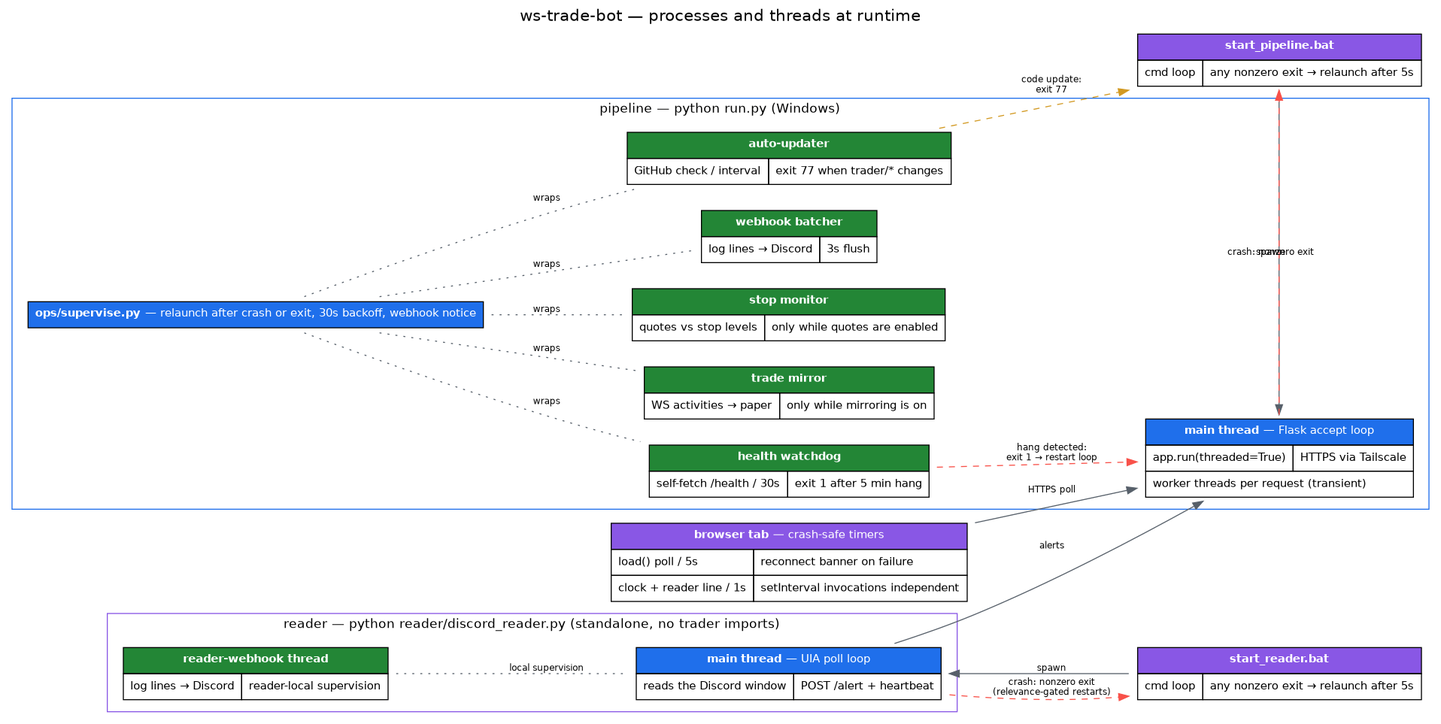
Before: docs/runtime.png, a diagram exported from Graphviz (siicosmos/ws-trade-bot). Its source is kept beside it as docs/runtime.dot. Source of this version:
```dot
digraph runtime {
  rankdir=LR;
  graph [fontname="Helvetica", label="ws-trade-bot — processes and threads at runtime", labelloc=t, fontsize=16];
  node [shape=plaintext, fontname="Helvetica", fontsize=11];
  edge [color="#57606a", fontname="Helvetica", fontsize=9];

  bat_pipeline [label=<
    <TABLE BORDER="0" CELLBORDER="1" CELLSPACING="0" CELLPADDING="6" BGCOLOR="white">
      <TR><TD BGCOLOR="#8957e5" COLSPAN="2"><FONT COLOR="white"><B>start_pipeline.bat</B></FONT></TD></TR>
      <TR><TD ALIGN="LEFT">cmd loop</TD><TD ALIGN="LEFT">any nonzero exit → relaunch after 5s</TD></TR>
    </TABLE>>];

  bat_reader [label=<
    <TABLE BORDER="0" CELLBORDER="1" CELLSPACING="0" CELLPADDING="6" BGCOLOR="white">
      <TR><TD BGCOLOR="#8957e5" COLSPAN="2"><FONT COLOR="white"><B>start_reader.bat</B></FONT></TD></TR>
      <TR><TD ALIGN="LEFT">cmd loop</TD><TD ALIGN="LEFT">any nonzero exit → relaunch after 5s</TD></TR>
    </TABLE>>];

  subgraph cluster_pipeline {
    label="pipeline — python run.py (Windows)";
    fontsize=13;
    color="#1f6feb";

    main [label=<
      <TABLE BORDER="0" CELLBORDER="1" CELLSPACING="0" CELLPADDING="6" BGCOLOR="white">
        <TR><TD BGCOLOR="#1f6feb" COLSPAN="2"><FONT COLOR="white"><B>main thread</B> — Flask accept loop</FONT></TD></TR>
        <TR><TD ALIGN="LEFT">app.run(threaded=True)</TD><TD ALIGN="LEFT">HTTPS via Tailscale</TD></TR>
        <TR><TD ALIGN="LEFT" COLSPAN="2">worker threads per request (transient)</TD></TR>
      </TABLE>>];

    supervise [label=<
      <TABLE BORDER="0" CELLBORDER="1" CELLSPACING="0" CELLPADDING="6" BGCOLOR="white">
        <TR><TD BGCOLOR="#1f6feb" COLSPAN="2"><FONT COLOR="white"><B>ops/supervise.py</B> — relaunch after crash or exit, 30s backoff, webhook notice</FONT></TD></TR>
      </TABLE>>];

    updater [label=<
      <TABLE BORDER="0" CELLBORDER="1" CELLSPACING="0" CELLPADDING="6" BGCOLOR="white">
        <TR><TD BGCOLOR="#238636" COLSPAN="2"><FONT COLOR="white"><B>auto-updater</B></FONT></TD></TR>
        <TR><TD ALIGN="LEFT">GitHub check / interval</TD><TD ALIGN="LEFT">exit 77 when trader/* changes</TD></TR>
      </TABLE>>];

    mirror [label=<
      <TABLE BORDER="0" CELLBORDER="1" CELLSPACING="0" CELLPADDING="6" BGCOLOR="white">
        <TR><TD BGCOLOR="#238636" COLSPAN="2"><FONT COLOR="white"><B>trade mirror</B></FONT></TD></TR>
        <TR><TD ALIGN="LEFT">WS activities → paper</TD><TD ALIGN="LEFT">only while mirroring is on</TD></TR>
      </TABLE>>];

    stops [label=<
      <TABLE BORDER="0" CELLBORDER="1" CELLSPACING="0" CELLPADDING="6" BGCOLOR="white">
        <TR><TD BGCOLOR="#238636" COLSPAN="2"><FONT COLOR="white"><B>stop monitor</B></FONT></TD></TR>
        <TR><TD ALIGN="LEFT">quotes vs stop levels</TD><TD ALIGN="LEFT">only while quotes are enabled</TD></TR>
      </TABLE>>];

    batcher [label=<
      <TABLE BORDER="0" CELLBORDER="1" CELLSPACING="0" CELLPADDING="6" BGCOLOR="white">
        <TR><TD BGCOLOR="#238636" COLSPAN="2"><FONT COLOR="white"><B>webhook batcher</B></FONT></TD></TR>
        <TR><TD ALIGN="LEFT">log lines → Discord</TD><TD ALIGN="LEFT">3s flush</TD></TR>
      </TABLE>>];

    watchdog [label=<
      <TABLE BORDER="0" CELLBORDER="1" CELLSPACING="0" CELLPADDING="6" BGCOLOR="white">
        <TR><TD BGCOLOR="#238636" COLSPAN="2"><FONT COLOR="white"><B>health watchdog</B></FONT></TD></TR>
        <TR><TD ALIGN="LEFT">self-fetch /health / 30s</TD><TD ALIGN="LEFT">exit 1 after 5 min hang</TD></TR>
      </TABLE>>];
  }

  subgraph cluster_reader {
    label="reader — python reader/discord_reader.py (standalone, no trader imports)";
    fontsize=13;
    color="#8957e5";

    reader_main [label=<
      <TABLE BORDER="0" CELLBORDER="1" CELLSPACING="0" CELLPADDING="6" BGCOLOR="white">
        <TR><TD BGCOLOR="#1f6feb" COLSPAN="2"><FONT COLOR="white"><B>main thread</B> — UIA poll loop</FONT></TD></TR>
        <TR><TD ALIGN="LEFT">reads the Discord window</TD><TD ALIGN="LEFT">POST /alert + heartbeat</TD></TR>
      </TABLE>>];

    reader_webhook [label=<
      <TABLE BORDER="0" CELLBORDER="1" CELLSPACING="0" CELLPADDING="6" BGCOLOR="white">
        <TR><TD BGCOLOR="#238636" COLSPAN="2"><FONT COLOR="white"><B>reader-webhook thread</B></FONT></TD></TR>
        <TR><TD ALIGN="LEFT">log lines → Discord</TD><TD ALIGN="LEFT">reader-local supervision</TD></TR>
      </TABLE>>];
  }

  browser [label=<
    <TABLE BORDER="0" CELLBORDER="1" CELLSPACING="0" CELLPADDING="6" BGCOLOR="white">
      <TR><TD BGCOLOR="#8957e5" COLSPAN="2"><FONT COLOR="white"><B>browser tab</B> — crash-safe timers</FONT></TD></TR>
      <TR><TD ALIGN="LEFT">load() poll / 5s</TD><TD ALIGN="LEFT">reconnect banner on failure</TD></TR>
      <TR><TD ALIGN="LEFT">clock + reader line / 1s</TD><TD ALIGN="LEFT">setInterval invocations independent</TD></TR>
    </TABLE>>];

  bat_pipeline -> main [label="spawn"];
  main -> bat_pipeline [label="crash: nonzero exit", color="#f85149", style=dashed];

  supervise -> updater [label="wraps", style=dotted, arrowhead=none];
  supervise -> mirror [label="wraps", style=dotted, arrowhead=none];
  supervise -> stops [label="wraps", style=dotted, arrowhead=none];
  supervise -> batcher [label="wraps", style=dotted, arrowhead=none];
  supervise -> watchdog [label="wraps", style=dotted, arrowhead=none];

  watchdog -> main [label="hang detected:\nexit 1 → restart loop", color="#f85149", style=dashed];
  updater -> bat_pipeline [label="code update:\nexit 77", color="#d29922", style=dashed];

  bat_reader -> reader_main [label="spawn"];
  reader_main -> bat_reader [label="crash: nonzero exit\n(relevance-gated restarts)", color="#f85149", style=dashed];
  reader_webhook -> reader_main [label="local supervision", style=dotted, arrowhead=none];

  browser -> main [label="HTTPS poll"];
  reader_main -> main [label="alerts"];
}
```
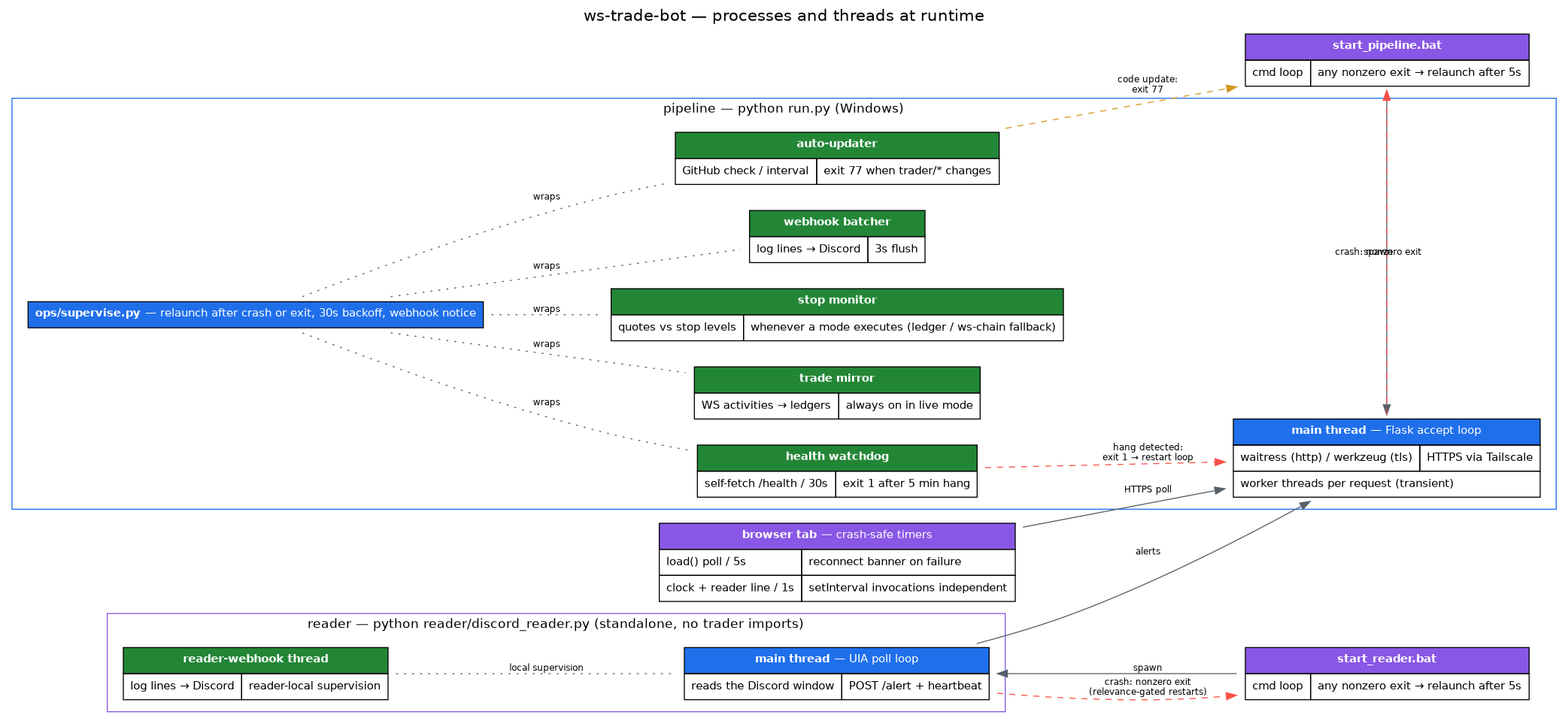
The same file after the commit.

Commit message:
Docs: technical README, live-readiness reference, refreshed diagrams

Diff of the diagram source:
```diff
@@ -24,7 +24,7 @@
     main [label=<
       <TABLE BORDER="0" CELLBORDER="1" CELLSPACING="0" CELLPADDING="6" BGCOLOR="white">
         <TR><TD BGCOLOR="#1f6feb" COLSPAN="2"><FONT COLOR="white"><B>main thread</B> — Flask accept loop</FONT></TD></TR>
-        <TR><TD ALIGN="LEFT">app.run(threaded=True)</TD><TD ALIGN="LEFT">HTTPS via Tailscale</TD></TR>
+        <TR><TD ALIGN="LEFT">waitress (http) / werkzeug (tls)</TD><TD ALIGN="LEFT">HTTPS via Tailscale</TD></TR>
         <TR><TD ALIGN="LEFT" COLSPAN="2">worker threads per request (transient)</TD></TR>
       </TABLE>>];
 
@@ -42,13 +42,13 @@
     mirror [label=<
       <TABLE BORDER="0" CELLBORDER="1" CELLSPACING="0" CELLPADDING="6" BGCOLOR="white">
         <TR><TD BGCOLOR="#238636" COLSPAN="2"><FONT COLOR="white"><B>trade mirror</B></FONT></TD></TR>
-        <TR><TD ALIGN="LEFT">WS activities → paper</TD><TD ALIGN="LEFT">only while mirroring is on</TD></TR>
+        <TR><TD ALIGN="LEFT">WS activities → ledgers</TD><TD ALIGN="LEFT">always on in live mode</TD></TR>
       </TABLE>>];
 
     stops [label=<
       <TABLE BORDER="0" CELLBORDER="1" CELLSPACING="0" CELLPADDING="6" BGCOLOR="white">
         <TR><TD BGCOLOR="#238636" COLSPAN="2"><FONT COLOR="white"><B>stop monitor</B></FONT></TD></TR>
-        <TR><TD ALIGN="LEFT">quotes vs stop levels</TD><TD ALIGN="LEFT">only while quotes are enabled</TD></TR>
+        <TR><TD ALIGN="LEFT">quotes vs stop levels</TD><TD ALIGN="LEFT">whenever a mode executes (ledger / ws-chain fallback)</TD></TR>
       </TABLE>>];
 
     batcher [label=<
```
